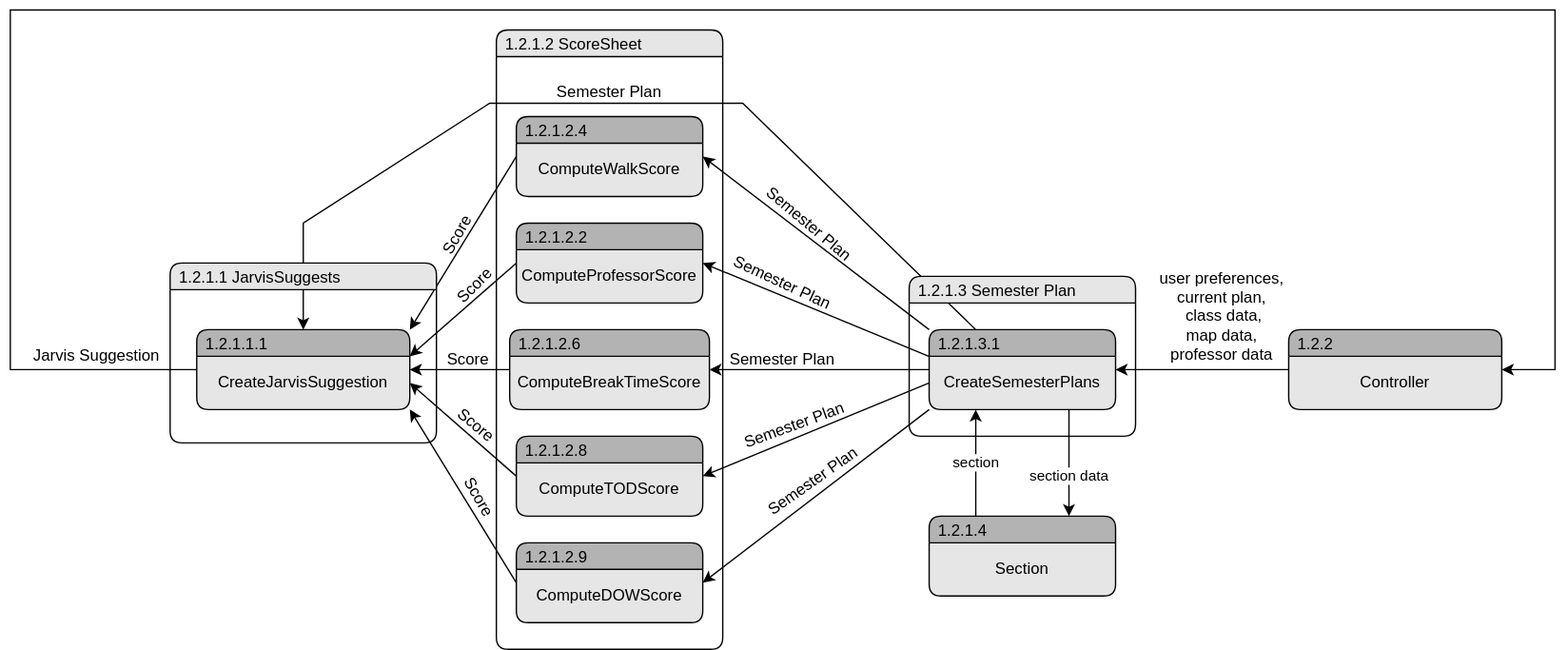
Before: Logic/TeamTwoFiles/AlgorithmDataFlowDiagram.svg, a diagram exported from draw.io (MckennahPalmer/CSE430). Source tidied: cells renumbered, new cells last; positions are measured from the earlier drawing's top-left corner, leaving out a move shared by most shapes.
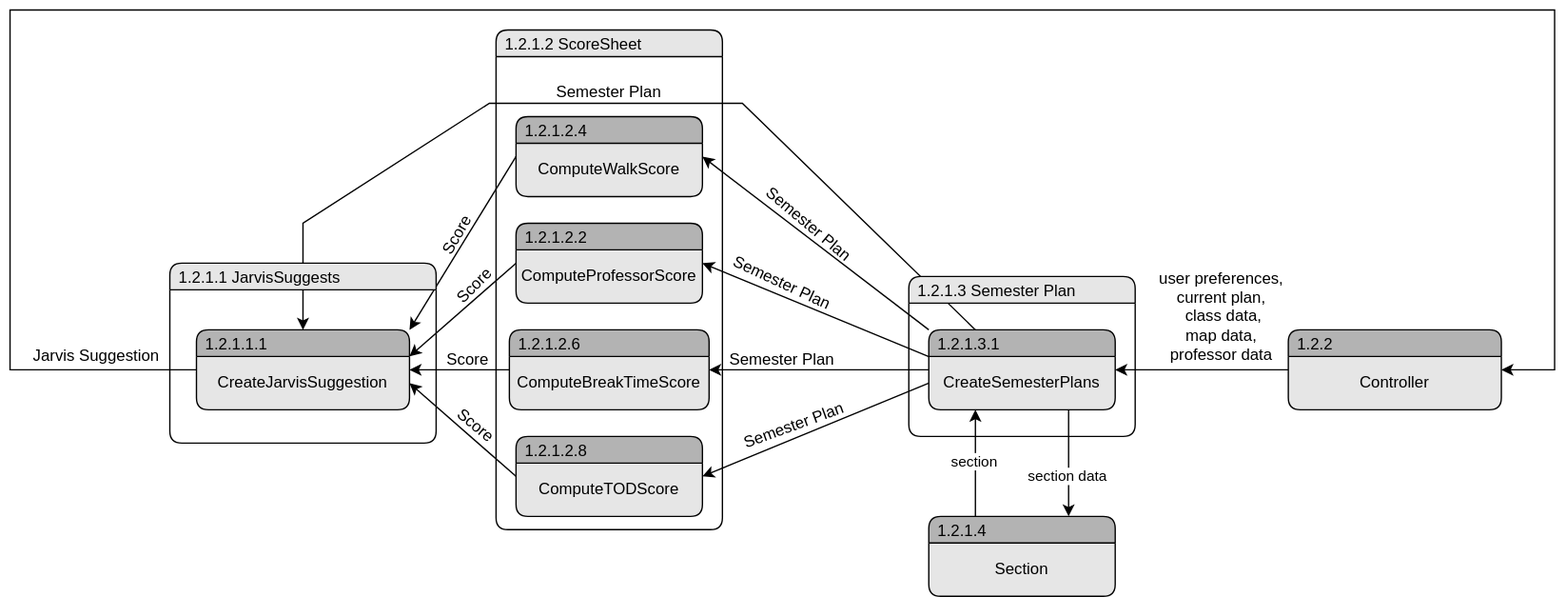
The same file after the commit.

The edit, as a diff of the source:
```diff
@@ -3,7 +3,7 @@
     <mxCell id="0" />
     <mxCell id="1" parent="0" />
     <mxCell id="2" value="1.2.1.2 ScoreSheet" style="swimlane;fontStyle=0;horizontal=1;startSize=20;fillColor=#E6E6E6;swimlaneFillColor=none;rounded=1;spacingLeft=5;align=left;" parent="1" vertex="1">
-      <mxGeometry x="365" y="15" width="170" height="465" as="geometry" />
+      <mxGeometry x="365" y="15" width="170" height="375" as="geometry" />
     </mxCell>
     <mxCell id="3" value="1.2.1.2.4" style="swimlane;fontStyle=0;horizontal=1;startSize=20;fillColor=#B3B3B3;swimlaneFillColor=#E6E6E6;rounded=1;align=left;spacingLeft=5;shadow=0;" parent="1" vertex="1">
       <mxGeometry x="380" y="80" width="140" height="60" as="geometry" />
@@ -35,12 +35,6 @@
     <mxCell id="12" value="ComputeTODScore" style="text;html=1;strokeColor=none;fillColor=none;align=center;verticalAlign=middle;whiteSpace=wrap;rounded=0;" parent="11" vertex="1">
       <mxGeometry y="20" width="140" height="40" as="geometry" />
     </mxCell>
-    <mxCell id="13" value="1.2.1.2.9" style="swimlane;fontStyle=0;horizontal=1;startSize=20;fillColor=#B3B3B3;swimlaneFillColor=#E6E6E6;rounded=1;spacingLeft=5;align=left;" parent="1" vertex="1">
-      <mxGeometry x="380" y="400" width="140" height="60" as="geometry" />
-    </mxCell>
-    <mxCell id="14" value="ComputeDOWScore" style="text;html=1;strokeColor=none;fillColor=none;align=center;verticalAlign=middle;whiteSpace=wrap;rounded=0;" parent="13" vertex="1">
-      <mxGeometry y="20" width="140" height="40" as="geometry" />
-    </mxCell>
     <mxCell id="15" style="endArrow=classic;html=1;rounded=0;exitX=0;exitY=0;exitDx=0;exitDy=0;entryX=1;entryY=0.25;entryDx=0;entryDy=0;" parent="1" edge="1" source="5" target="4">
       <mxGeometry relative="1" as="geometry" />
     </mxCell>
@@ -53,9 +47,6 @@
     <mxCell id="18" style="endArrow=classic;html=1;rounded=0;exitX=0;exitY=0.5;exitDx=0;exitDy=0;entryX=1;entryY=0.25;entryDx=0;entryDy=0;" parent="1" edge="1" source="6" target="12">
       <mxGeometry relative="1" as="geometry" />
     </mxCell>
-    <mxCell id="19" style="endArrow=classic;html=1;rounded=0;exitX=0;exitY=1;exitDx=0;exitDy=0;entryX=1;entryY=0.25;entryDx=0;entryDy=0;" parent="1" edge="1" source="6" target="14">
-      <mxGeometry relative="1" as="geometry" />
-    </mxCell>
     <mxCell id="20" style="endArrow=classic;html=1;rounded=0;entryX=1;entryY=0;entryDx=0;entryDy=0;exitX=0;exitY=0.25;exitDx=0;exitDy=0;" parent="1" edge="1" source="4" target="39">
       <mxGeometry relative="1" as="geometry" />
     </mxCell>
@@ -72,11 +63,6 @@
         <mxPoint x="300" y="280" as="targetPoint" />
       </mxGeometry>
     </mxCell>
-    <mxCell id="24" style="endArrow=classic;html=1;rounded=0;entryX=1;entryY=1;entryDx=0;entryDy=0;exitX=0;exitY=0.25;exitDx=0;exitDy=0;" parent="1" edge="1" source="14">
-      <mxGeometry relative="1" as="geometry">
-        <mxPoint x="300" y="300" as="targetPoint" />
-      </mxGeometry>
-    </mxCell>
     <mxCell id="25" style="endArrow=classic;html=1;rounded=0;entryX=1;entryY=0.25;entryDx=0;entryDy=0;exitX=0;exitY=0.25;exitDx=0;exitDy=0;" parent="1" edge="1" source="40" target="46">
       <mxGeometry relative="1" as="geometry">
         <Array as="points">
@@ -105,9 +91,6 @@
     <mxCell id="29" value="Score" style="text;html=1;strokeColor=none;fillColor=none;align=center;verticalAlign=middle;whiteSpace=wrap;rounded=0;rotation=40;" parent="1" vertex="1">
       <mxGeometry x="300" y="297" width="100" height="30" as="geometry" />
     </mxCell>
-    <mxCell id="30" value="Score" style="text;html=1;strokeColor=none;fillColor=none;align=center;verticalAlign=middle;whiteSpace=wrap;rounded=0;rotation=60;" parent="1" vertex="1">
-      <mxGeometry x="302" y="351" width="100" height="30" as="geometry" />
-    </mxCell>
     <mxCell id="31" value="Score" style="text;html=1;strokeColor=none;fillColor=none;align=center;verticalAlign=middle;whiteSpace=wrap;rounded=0;rotation=-45;" parent="1" vertex="1">
       <mxGeometry x="299" y="192" width="100" height="30" as="geometry" />
     </mxCell>
@@ -123,9 +106,6 @@
     <mxCell id="35" value="Semester Plan" style="text;html=1;strokeColor=none;fillColor=none;align=center;verticalAlign=middle;whiteSpace=wrap;rounded=0;rotation=-20;" parent="1" vertex="1">
       <mxGeometry x="539" y="297" width="100" height="30" as="geometry" />
     </mxCell>
-    <mxCell id="36" value="Semester Plan" style="text;html=1;strokeColor=none;fillColor=none;align=center;verticalAlign=middle;whiteSpace=wrap;rounded=0;rotation=-35;" parent="1" vertex="1">
-      <mxGeometry x="553" y="339" width="100" height="30" as="geometry" />
-    </mxCell>
     <mxCell id="37" value="Semester Plan" style="text;html=1;strokeColor=none;fillColor=none;align=center;verticalAlign=middle;whiteSpace=wrap;rounded=0;rotation=0;" parent="1" vertex="1">
       <mxGeometry x="530" y="248" width="100" height="30" as="geometry" />
     </mxCell>
```
